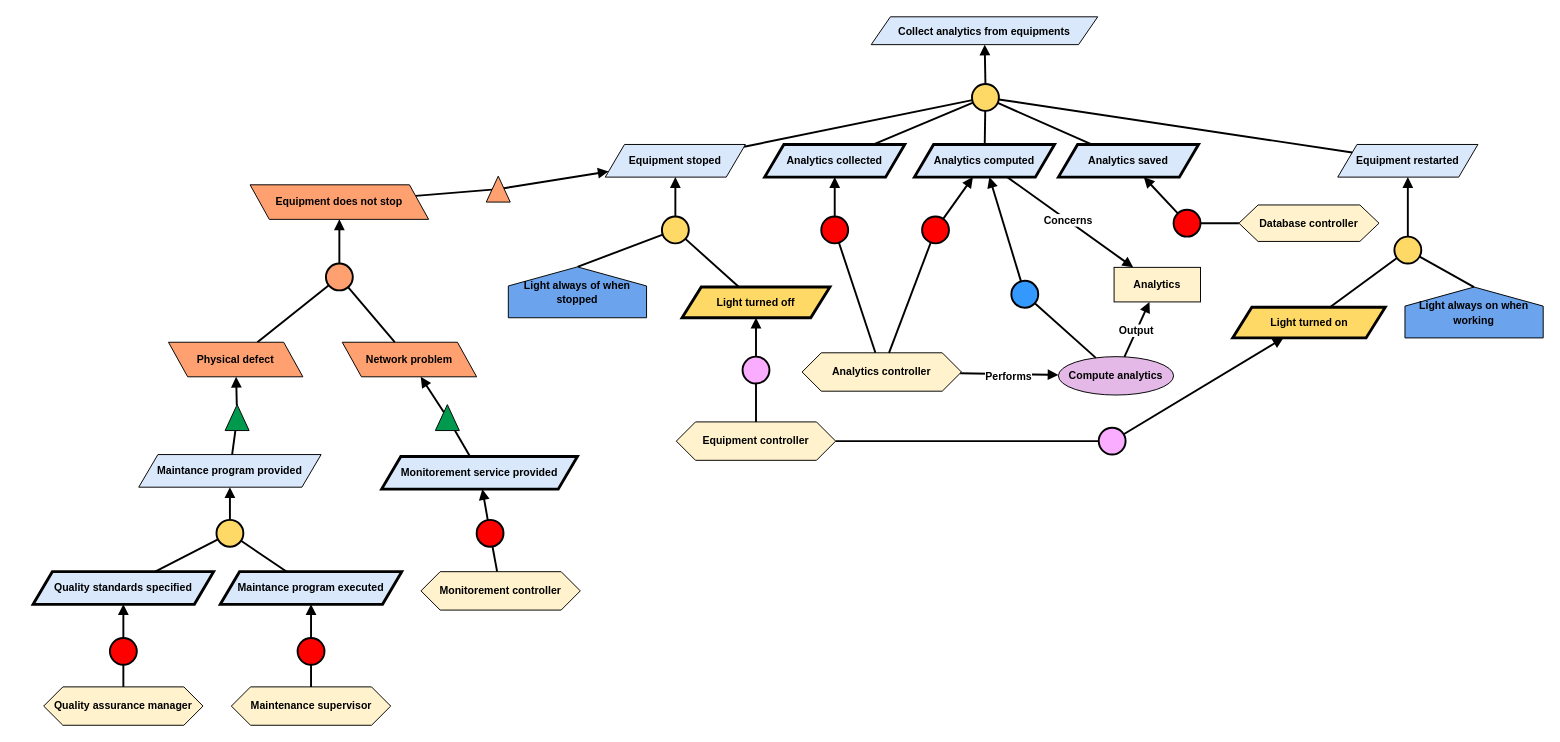
RafaelCMira/myclinic-msp-project keeps this draw.io diagram as Kaos/KAOS 15.drawio. Above is the earlier version. Source tidied: cells renumbered, new cells numbered last; positions are measured from the earlier drawing's top-left corner, leaving out a move shared by most shapes. Both pictures are drawn from the tidied source at 96%, with x=0, y=0 at pixel (33, 16).
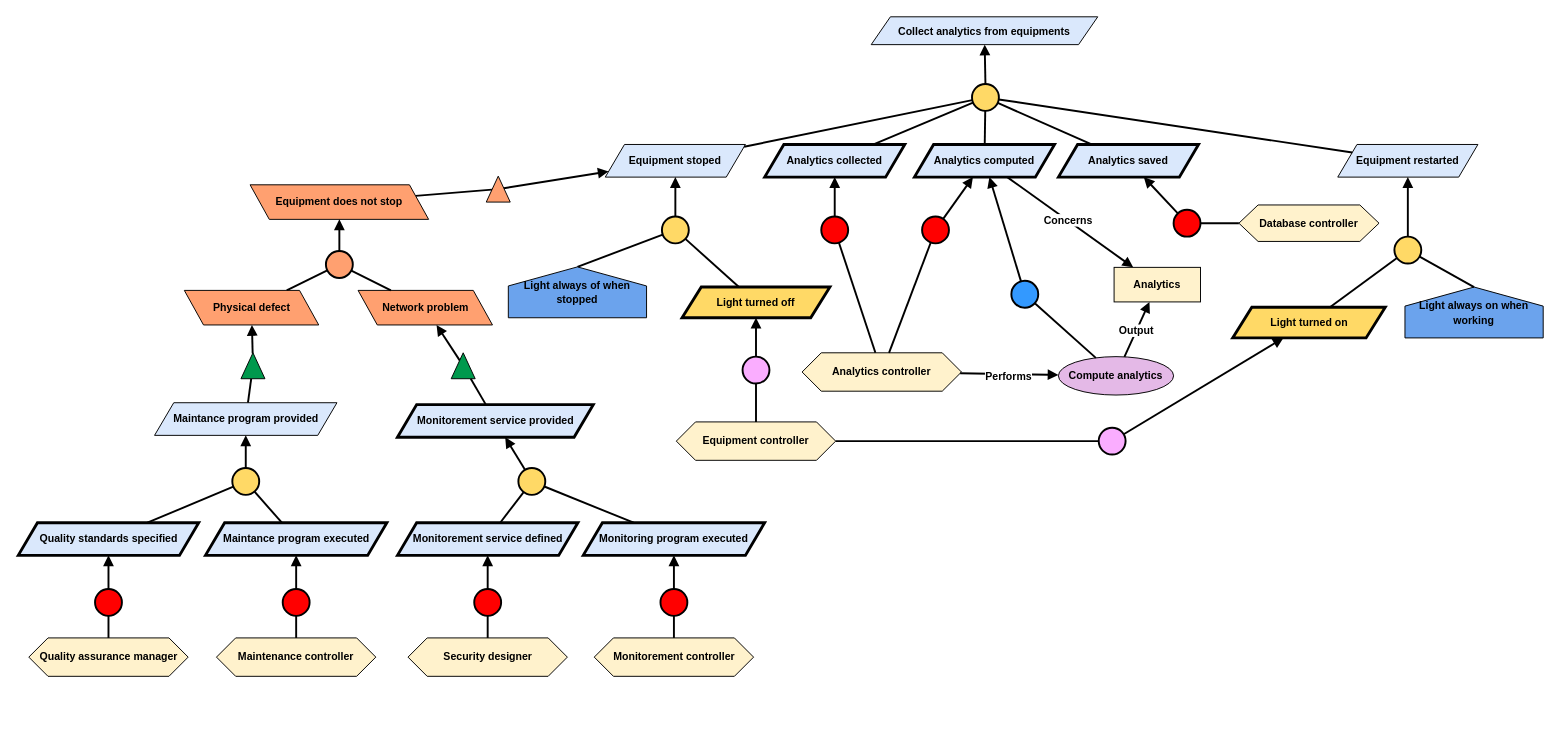
The same page after the edit.

The edit, as a diff of the source:
```diff
@@
     <mxCell id="60" style="ellipse;whiteSpace=wrap;html=1;fillColor=#FFA070;strokeWidth=2;" parent="1" vertex="1">
-      <mxGeometry x="305" y="257" width="28" height="28" as="geometry" />
+      <mxGeometry x="305" y="244" width="28" height="28" as="geometry" />
     </mxCell>
@@
     <mxCell id="63" value="Physical defect" style="shape=parallelogram;perimeter=parallelogramPerimeter;whiteSpace=wrap;html=1;fixedSize=1;fillColor=#FFA070;fontStyle=1;fontFamily=Helvetica;fontSize=11;fontColor=default;labelBackgroundColor=none;flipH=1;flipV=0;" parent="1" vertex="1">
-      <mxGeometry x="141" y="339" width="140" height="36" as="geometry" />
+      <mxGeometry x="157.5" y="285" width="140" height="36" as="geometry" />
     </mxCell>
     <mxCell id="64" value="Network problem" style="shape=parallelogram;perimeter=parallelogramPerimeter;whiteSpace=wrap;html=1;fixedSize=1;fillColor=#FFA070;fontStyle=1;fontFamily=Helvetica;fontSize=11;fontColor=default;labelBackgroundColor=none;flipH=1;flipV=0;" parent="1" vertex="1">
-      <mxGeometry x="322" y="339" width="140" height="36" as="geometry" />
+      <mxGeometry x="338.5" y="285" width="140" height="36" as="geometry" />
     </mxCell>
@@
     <mxCell id="66" value="&lt;b&gt;Maintance program provided&lt;/b&gt;" style="shape=parallelogram;perimeter=parallelogramPerimeter;whiteSpace=wrap;html=1;fixedSize=1;fillColor=#dae8fc;strokeColor=#000000;fontFamily=Helvetica;fontSize=11;fontColor=default;labelBackgroundColor=none;strokeWidth=1;" parent="1" vertex="1">
-      <mxGeometry x="110" y="456" width="190" height="34" as="geometry" />
+      <mxGeometry x="126.5" y="402" width="190" height="34" as="geometry" />
     </mxCell>
@@
     <mxCell id="69" style="triangle;whiteSpace=wrap;html=1;rotation=-90;fillColor=#00994D;" parent="1" vertex="1">
-      <mxGeometry x="199" y="405" width="27" height="25" as="geometry" />
+      <mxGeometry x="215.5" y="351" width="27" height="25" as="geometry" />
     </mxCell>
     <mxCell id="70" style="ellipse;whiteSpace=wrap;html=1;fillColor=#FFD966;strokeWidth=2;" parent="1" vertex="1">
-      <mxGeometry x="191" y="524" width="28" height="28" as="geometry" />
+      <mxGeometry x="207.5" y="470" width="28" height="28" as="geometry" />
     </mxCell>
@@
     <mxCell id="73" value="&lt;b&gt;Quality standards specified&lt;/b&gt;" style="shape=parallelogram;perimeter=parallelogramPerimeter;whiteSpace=wrap;html=1;fixedSize=1;fillColor=#dae8fc;strokeColor=#000000;fontFamily=Helvetica;fontSize=11;fontColor=default;labelBackgroundColor=none;strokeWidth=3;" parent="1" vertex="1">
-      <mxGeometry y="578" width="188" height="34" as="geometry" />
+      <mxGeometry x="-15.5" y="527" width="188" height="34" as="geometry" />
     </mxCell>
     <mxCell id="74" value="&lt;b&gt;Maintance program executed&lt;/b&gt;" style="shape=parallelogram;perimeter=parallelogramPerimeter;whiteSpace=wrap;html=1;fixedSize=1;fillColor=#dae8fc;strokeColor=#000000;fontFamily=Helvetica;fontSize=11;fontColor=default;labelBackgroundColor=none;strokeWidth=3;" parent="1" vertex="1">
-      <mxGeometry x="195" y="578" width="189" height="34" as="geometry" />
+      <mxGeometry x="179.5" y="527" width="189" height="34" as="geometry" />
     </mxCell>
@@
     <mxCell id="76" value="&lt;b&gt;Monitorement service provided&lt;/b&gt;" style="shape=parallelogram;perimeter=parallelogramPerimeter;whiteSpace=wrap;html=1;fixedSize=1;fillColor=#dae8fc;strokeColor=#000000;fontFamily=Helvetica;fontSize=11;fontColor=default;labelBackgroundColor=none;strokeWidth=3;" parent="1" vertex="1">
-      <mxGeometry x="363" y="458" width="204" height="34" as="geometry" />
+      <mxGeometry x="379.5" y="404" width="204" height="34" as="geometry" />
     </mxCell>
@@
     <mxCell id="79" style="triangle;whiteSpace=wrap;html=1;rotation=-90;fillColor=#00994D;" parent="1" vertex="1">
-      <mxGeometry x="418" y="405" width="27" height="25" as="geometry" />
+      <mxGeometry x="434.5" y="351" width="27" height="25" as="geometry" />
     </mxCell>
     <mxCell id="80" value="&lt;b&gt;Monitorement controller&lt;/b&gt;" style="shape=hexagon;perimeter=hexagonPerimeter2;whiteSpace=wrap;html=1;fixedSize=1;fillColor=#FFF2CC;fontFamily=Helvetica;fontSize=11;fontColor=default;labelBackgroundColor=none;" parent="1" vertex="1">
-      <mxGeometry x="404" y="578" width="166" height="40" as="geometry" />
+      <mxGeometry x="584.5" y="647" width="166" height="40" as="geometry" />
     </mxCell>
     <mxCell id="81" style="ellipse;whiteSpace=wrap;html=1;fillColor=#FF0000;strokeWidth=2;" parent="1" vertex="1">
-      <mxGeometry x="462" y="524" width="28" height="28" as="geometry" />
+      <mxGeometry x="653.5" y="596" width="28" height="28" as="geometry" />
     </mxCell>
-    <mxCell id="82" style="endArrow=block;html=1;rounded=0;endFill=1;strokeWidth=2;" parent="1" edge="1" source="81" target="76">
+    <mxCell id="82" style="endArrow=block;html=1;rounded=0;endFill=1;strokeWidth=2;" parent="1" edge="1" source="81" target="96">
       <mxGeometry relative="1" as="geometry" />
     </mxCell>
@@
     <mxCell id="84" value="&lt;b&gt;Quality assurance manager&lt;/b&gt;" style="shape=hexagon;perimeter=hexagonPerimeter2;whiteSpace=wrap;html=1;fixedSize=1;fillColor=#FFF2CC;fontFamily=Helvetica;fontSize=11;fontColor=default;labelBackgroundColor=none;" parent="1" vertex="1">
-      <mxGeometry x="11" y="698" width="166" height="40" as="geometry" />
+      <mxGeometry x="-4.5" y="647" width="166" height="40" as="geometry" />
     </mxCell>
     <mxCell id="85" style="ellipse;whiteSpace=wrap;html=1;fillColor=#FF0000;strokeWidth=2;" parent="1" vertex="1">
-      <mxGeometry x="275.5" y="647" width="28" height="28" as="geometry" />
+      <mxGeometry x="260" y="596" width="28" height="28" as="geometry" />
     </mxCell>
@@
     <mxCell id="87" style="ellipse;whiteSpace=wrap;html=1;fillColor=#FF0000;strokeWidth=2;" parent="1" vertex="1">
-      <mxGeometry x="80" y="647" width="28" height="28" as="geometry" />
+      <mxGeometry x="64.5" y="596" width="28" height="28" as="geometry" />
     </mxCell>
@@
-    <mxCell id="90" value="&lt;b&gt;Maintenance supervisor&lt;/b&gt;" style="shape=hexagon;perimeter=hexagonPerimeter2;whiteSpace=wrap;html=1;fixedSize=1;fillColor=#FFF2CC;fontFamily=Helvetica;fontSize=11;fontColor=default;labelBackgroundColor=none;" parent="1" vertex="1">
-      <mxGeometry x="206.5" y="698" width="166" height="40" as="geometry" />
+    <mxCell id="90" value="&lt;b&gt;Maintenance controller&lt;/b&gt;" style="shape=hexagon;perimeter=hexagonPerimeter2;whiteSpace=wrap;html=1;fixedSize=1;fillColor=#FFF2CC;fontFamily=Helvetica;fontSize=11;fontColor=default;labelBackgroundColor=none;" parent="1" vertex="1">
+      <mxGeometry x="191" y="647" width="166" height="40" as="geometry" />
     </mxCell>
@@
+    <mxCell id="92" style="ellipse;whiteSpace=wrap;html=1;fillColor=#FFD966;strokeWidth=2;" parent="1" vertex="1">
+      <mxGeometry x="505.5" y="470" width="28" height="28" as="geometry" />
+    </mxCell>
+    <mxCell id="93" style="endArrow=block;html=1;rounded=0;endFill=1;strokeWidth=2;" parent="1" edge="1" source="92" target="76">
+      <mxGeometry relative="1" as="geometry" />
+    </mxCell>
+    <mxCell id="94" style="endArrow=none;html=1;rounded=0;strokeWidth=2;" parent="1" edge="1" source="95" target="92">
+      <mxGeometry relative="1" as="geometry" />
+    </mxCell>
+    <mxCell id="95" value="&lt;b&gt;Monitorement service defined&lt;/b&gt;" style="shape=parallelogram;perimeter=parallelogramPerimeter;whiteSpace=wrap;html=1;fixedSize=1;fillColor=#dae8fc;strokeColor=#000000;fontFamily=Helvetica;fontSize=11;fontColor=default;labelBackgroundColor=none;strokeWidth=3;" parent="1" vertex="1">
+      <mxGeometry x="379.5" y="527" width="188" height="34" as="geometry" />
+    </mxCell>
+    <mxCell id="96" value="&lt;b&gt;Monitoring program executed&lt;/b&gt;" style="shape=parallelogram;perimeter=parallelogramPerimeter;whiteSpace=wrap;html=1;fixedSize=1;fillColor=#dae8fc;strokeColor=#000000;fontFamily=Helvetica;fontSize=11;fontColor=default;labelBackgroundColor=none;strokeWidth=3;" parent="1" vertex="1">
+      <mxGeometry x="573" y="527" width="189" height="34" as="geometry" />
+    </mxCell>
+    <mxCell id="97" style="endArrow=none;html=1;rounded=0;strokeWidth=2;" parent="1" edge="1" source="96" target="92">
+      <mxGeometry relative="1" as="geometry" />
+    </mxCell>
+    <mxCell id="98" value="&lt;b&gt;Security designer&lt;/b&gt;" style="shape=hexagon;perimeter=hexagonPerimeter2;whiteSpace=wrap;html=1;fixedSize=1;fillColor=#FFF2CC;fontFamily=Helvetica;fontSize=11;fontColor=default;labelBackgroundColor=none;" parent="1" vertex="1">
+      <mxGeometry x="390.5" y="647" width="166" height="40" as="geometry" />
+    </mxCell>
+    <mxCell id="99" style="ellipse;whiteSpace=wrap;html=1;fillColor=#FF0000;strokeWidth=2;" parent="1" vertex="1">
+      <mxGeometry x="459.5" y="596" width="28" height="28" as="geometry" />
+    </mxCell>
+    <mxCell id="100" style="endArrow=block;html=1;rounded=0;endFill=1;strokeWidth=2;" parent="1" edge="1" source="99" target="95">
+      <mxGeometry relative="1" as="geometry" />
+    </mxCell>
+    <mxCell id="101" style="endArrow=none;html=1;rounded=0;strokeWidth=2;" parent="1" edge="1" source="98" target="99">
+      <mxGeometry relative="1" as="geometry" />
+    </mxCell>
```
